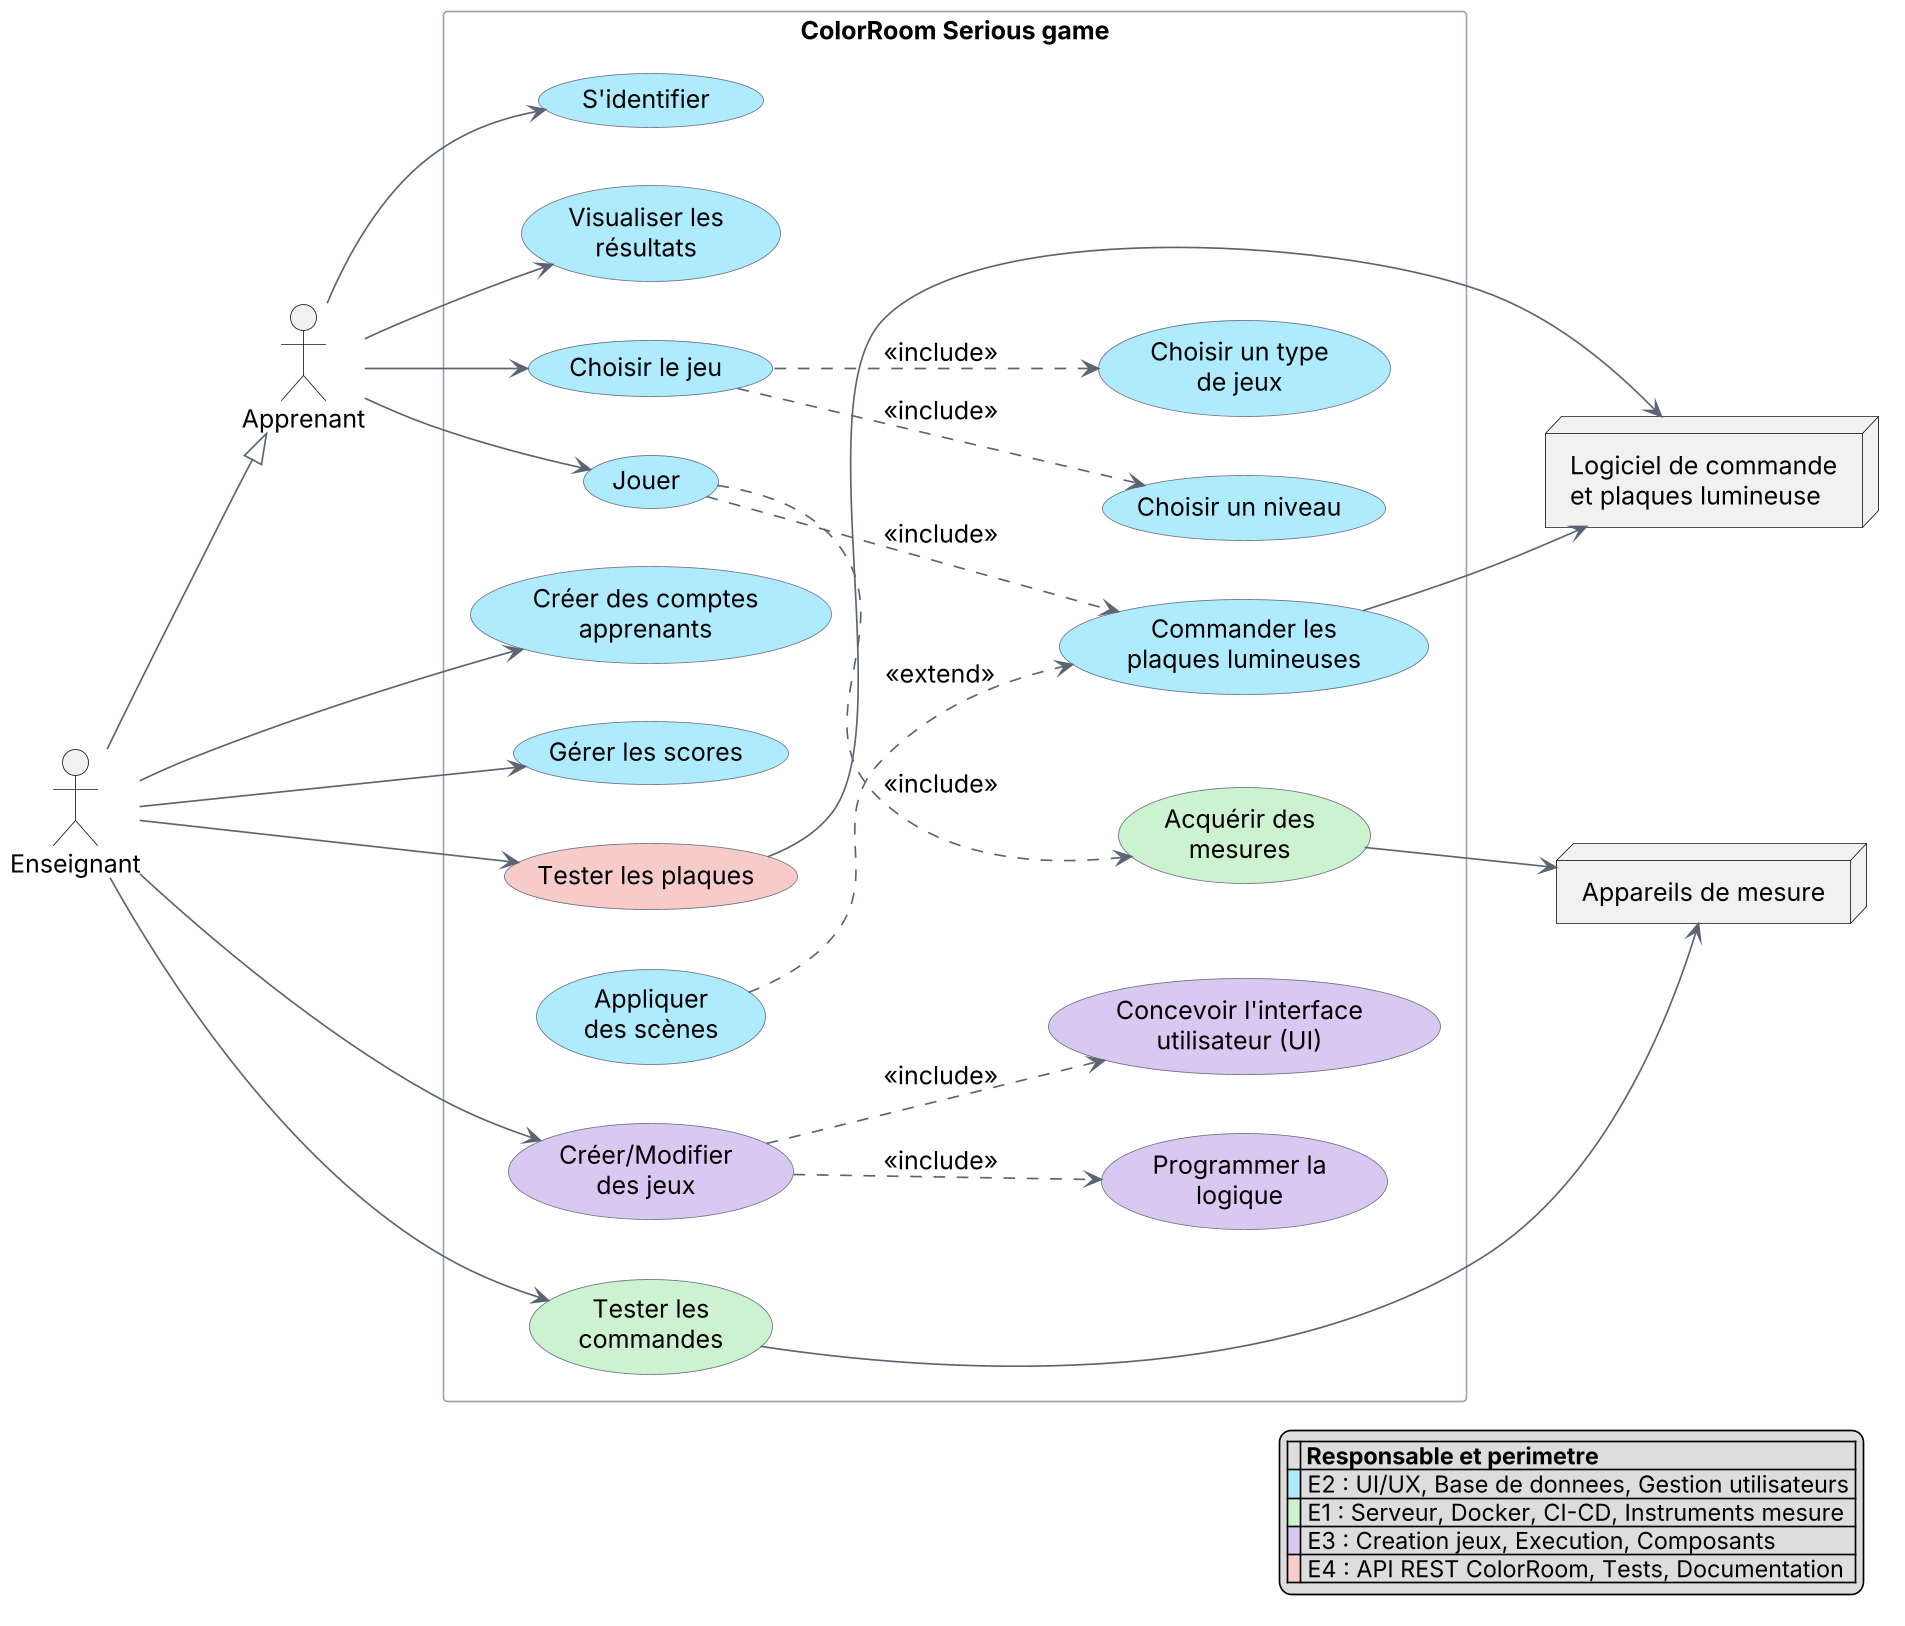
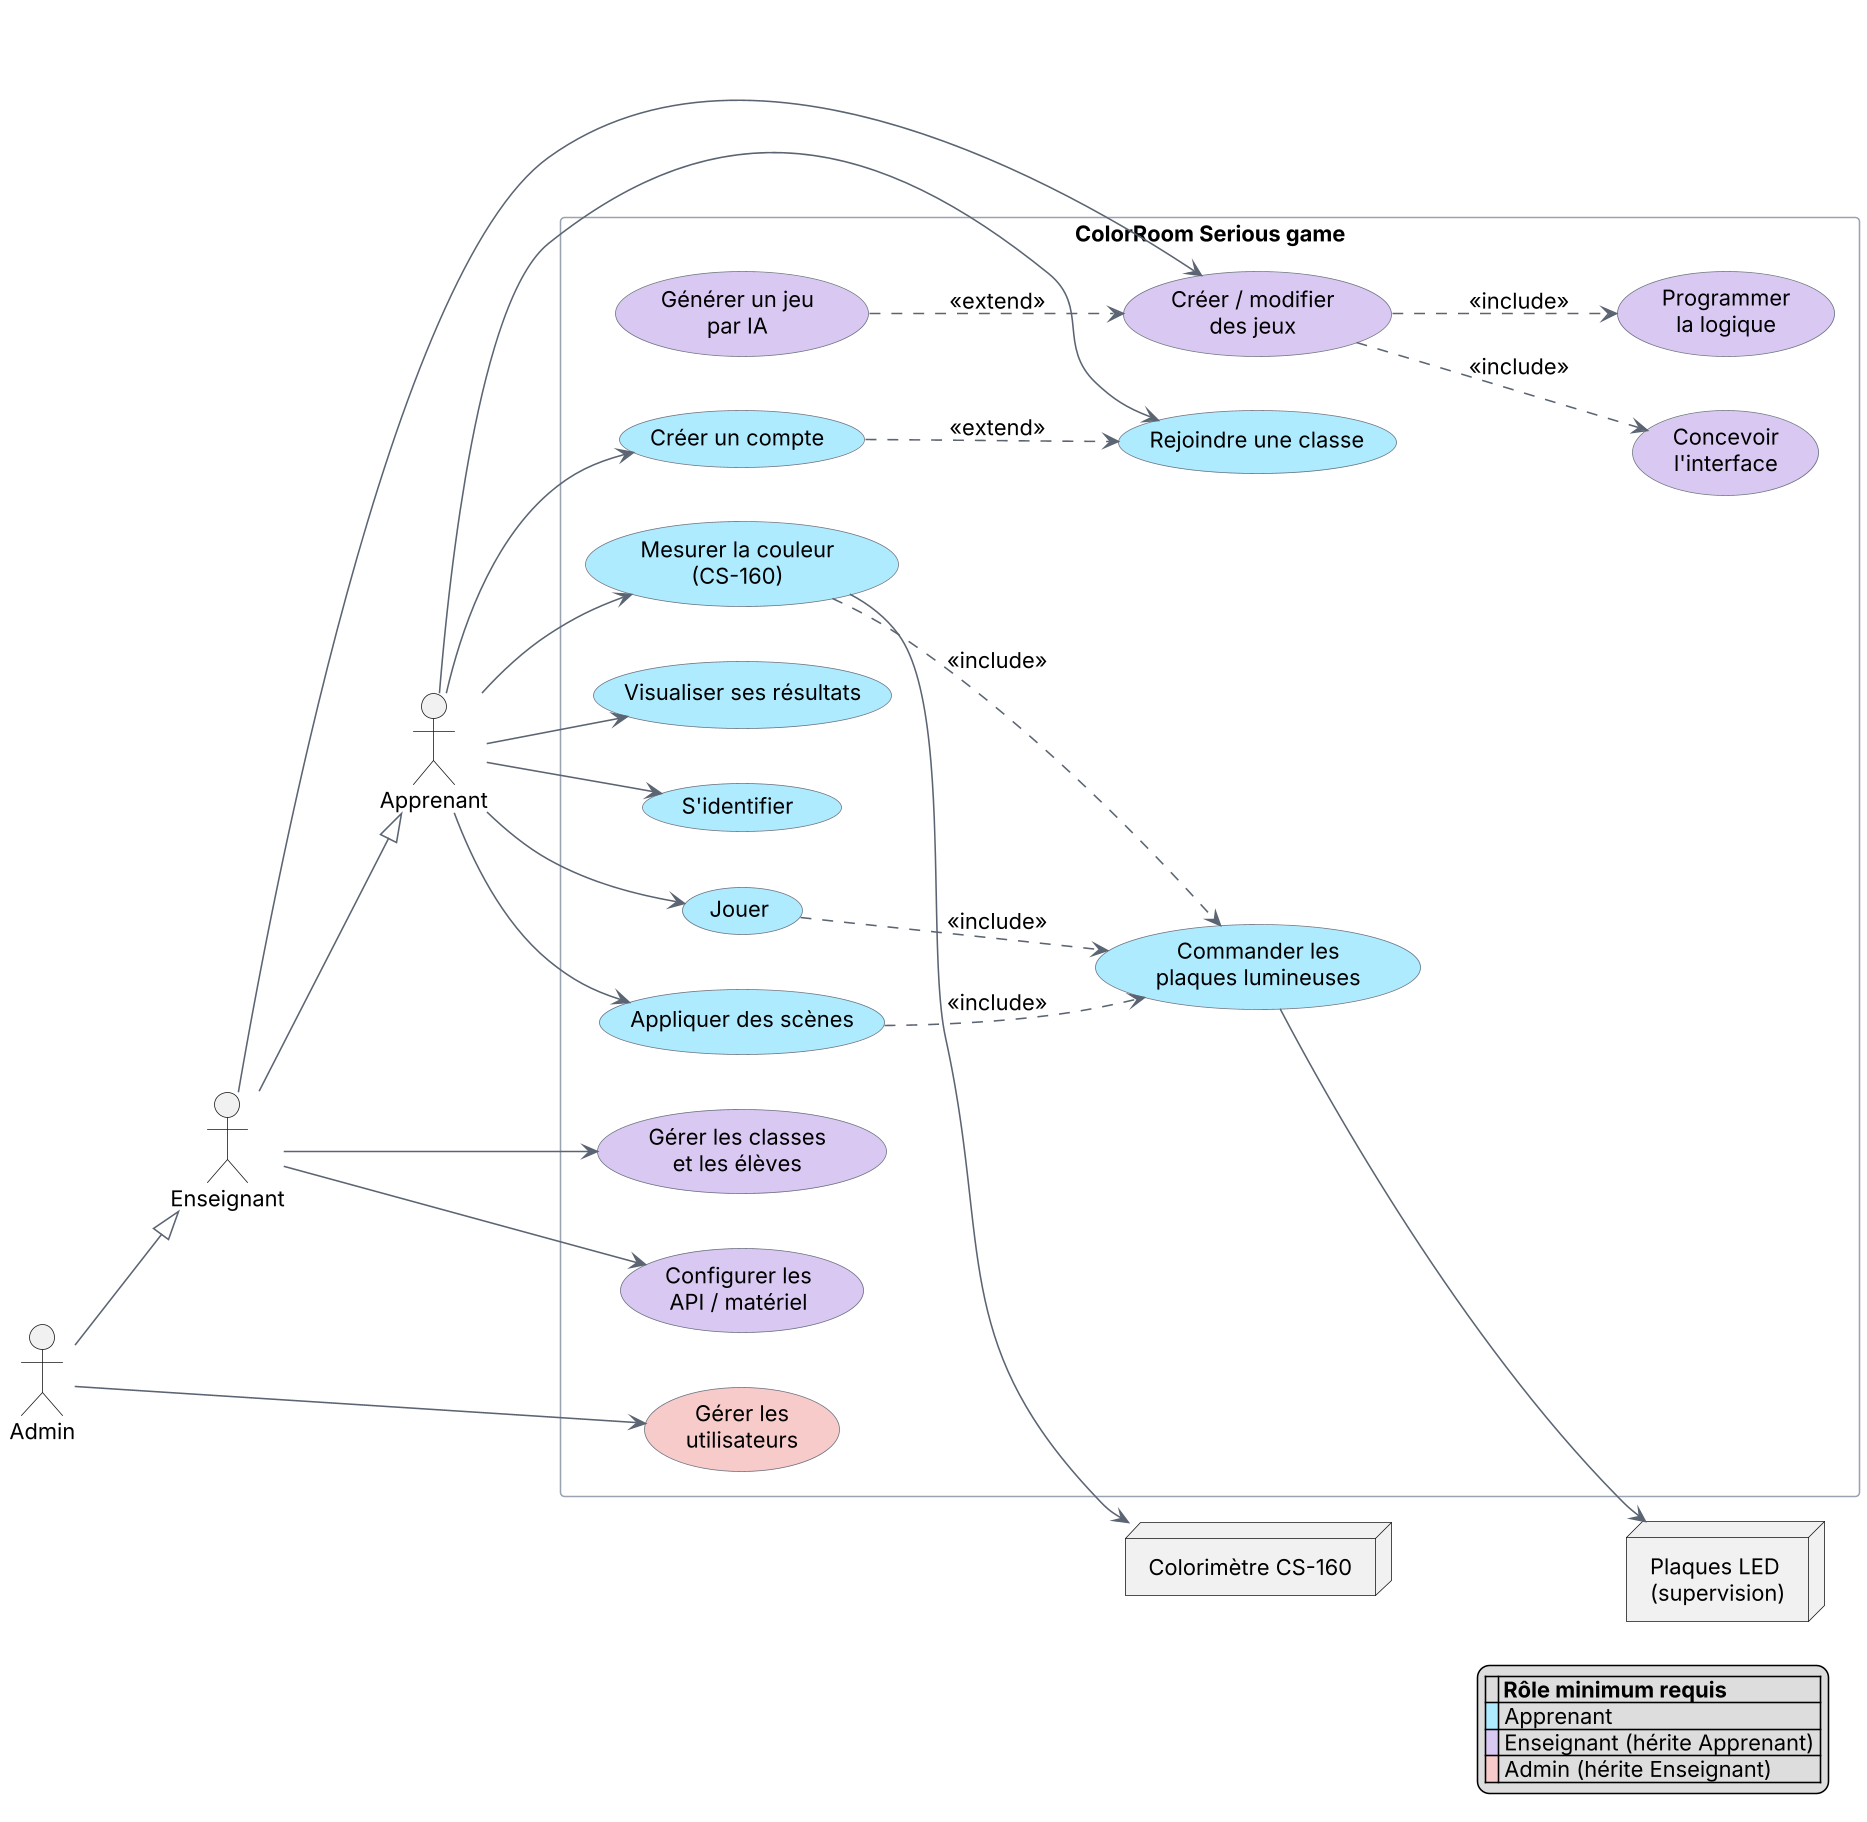
@startuml
left to right direction
- skinparam dpi 160
+ skinparam dpi 150
skinparam defaultFontName Inter
- skinparam defaultFontSize 15
+ skinparam defaultFontSize 14
skinparam ArrowColor #5b6472
skinparam usecaseBorderColor #6b7280
skinparam rectangleBorderColor #9aa3b2

actor "Apprenant" as AP
actor "Enseignant" as EN
+ actor "Admin" as AD
EN --|> AP
+ AD --|> EN

rectangle "ColorRoom Serious game" {
-   usecase "Choisir le jeu" as UC_choisir #AEEBFF
-   usecase "Choisir un type\nde jeux" as UC_type #AEEBFF
-   usecase "Choisir un niveau" as UC_niveau #AEEBFF
-   usecase "Jouer" as UC_jouer #AEEBFF
-   usecase "Visualiser les\nrésultats" as UC_visu #AEEBFF
-   usecase "S'identifier" as UC_id #AEEBFF
+   usecase "Créer un compte" as UC_reg #AEEBFF
+   usecase "Rejoindre une classe" as UC_join #AEEBFF
+   usecase "S'identifier" as UC_login #AEEBFF
+   usecase "Jouer" as UC_play #AEEBFF
+   usecase "Appliquer des scènes" as UC_scene #AEEBFF
+   usecase "Mesurer la couleur\n(CS-160)" as UC_measure #AEEBFF
+   usecase "Visualiser ses résultats" as UC_results #AEEBFF
  usecase "Commander les\nplaques lumineuses" as UC_cmd #AEEBFF
-   usecase "Appliquer\ndes scènes" as UC_scenes #AEEBFF
-   usecase "Créer des comptes\napprenants" as UC_comptes #AEEBFF
-   usecase "Gérer les scores" as UC_scores #AEEBFF
-   usecase "Acquérir des\nmesures" as UC_mesures #CCF2CF
-   usecase "Tester les\ncommandes" as UC_testcmd #CCF2CF
-   usecase "Tester les plaques" as UC_testpl #F8CBCB
-   usecase "Créer/Modifier\ndes jeux" as UC_jeux #D9C9F2
-   usecase "Concevoir l'interface\nutilisateur (UI)" as UC_ui #D9C9F2
-   usecase "Programmer la\nlogique" as UC_logique #D9C9F2
+ 
+   usecase "Gérer les classes\net les élèves" as UC_classes #D9C9F2
+   usecase "Créer / modifier\ndes jeux" as UC_edit #D9C9F2
+   usecase "Concevoir\nl'interface" as UC_ui #D9C9F2
+   usecase "Programmer\nla logique" as UC_logic #D9C9F2
+   usecase "Générer un jeu\npar IA" as UC_ai #D9C9F2
+   usecase "Configurer les\nAPI / matériel" as UC_config #D9C9F2
+ 
+   usecase "Gérer les\nutilisateurs" as UC_users #F8CBCB
}

- node "Logiciel de commande\net plaques lumineuse" as SYS
- node "Appareils de mesure" as MES
+ node "Plaques LED\n(supervision)" as SYS
+ node "Colorimètre CS-160" as CS

- AP --> UC_choisir
- AP --> UC_jouer
- AP --> UC_visu
- AP --> UC_id
- EN --> UC_testpl
- EN --> UC_testcmd
- EN --> UC_comptes
- EN --> UC_jeux
- EN --> UC_scores
+ AP --> UC_reg
+ AP --> UC_join
+ AP --> UC_login
+ AP --> UC_play
+ AP --> UC_scene
+ AP --> UC_measure
+ AP --> UC_results
+ EN --> UC_classes
+ EN --> UC_edit
+ EN --> UC_config
+ AD --> UC_users

- UC_choisir ..> UC_type : <<include>>
- UC_choisir ..> UC_niveau : <<include>>
- UC_jouer ..> UC_cmd : <<include>>
- UC_jouer ..> UC_mesures : <<include>>
- UC_scenes ..> UC_cmd : <<extend>>
- UC_jeux ..> UC_ui : <<include>>
- UC_jeux ..> UC_logique : <<include>>
+ UC_reg ..> UC_join : <<extend>>
+ UC_play ..> UC_cmd : <<include>>
+ UC_scene ..> UC_cmd : <<include>>
+ UC_measure ..> UC_cmd : <<include>>
+ UC_edit ..> UC_ui : <<include>>
+ UC_edit ..> UC_logic : <<include>>
+ UC_ai ..> UC_edit : <<extend>>

UC_cmd --> SYS
- UC_mesures --> MES
- UC_testcmd --> MES
- UC_testpl --> SYS
+ UC_measure --> CS

legend right
- |= |= Responsable et perimetre |
- |<#AEEBFF>  | E2 : UI/UX, Base de donnees, Gestion utilisateurs |
- |<#CCF2CF>  | E1 : Serveur, Docker, CI-CD, Instruments mesure |
- |<#D9C9F2>  | E3 : Creation jeux, Execution, Composants |
- |<#F8CBCB>  | E4 : API REST ColorRoom, Tests, Documentation |
+ |= |= Rôle minimum requis |
+ |<#AEEBFF>  | Apprenant |
+ |<#D9C9F2>  | Enseignant (hérite Apprenant) |
+ |<#F8CBCB>  | Admin (hérite Enseignant) |
endlegend
@enduml
